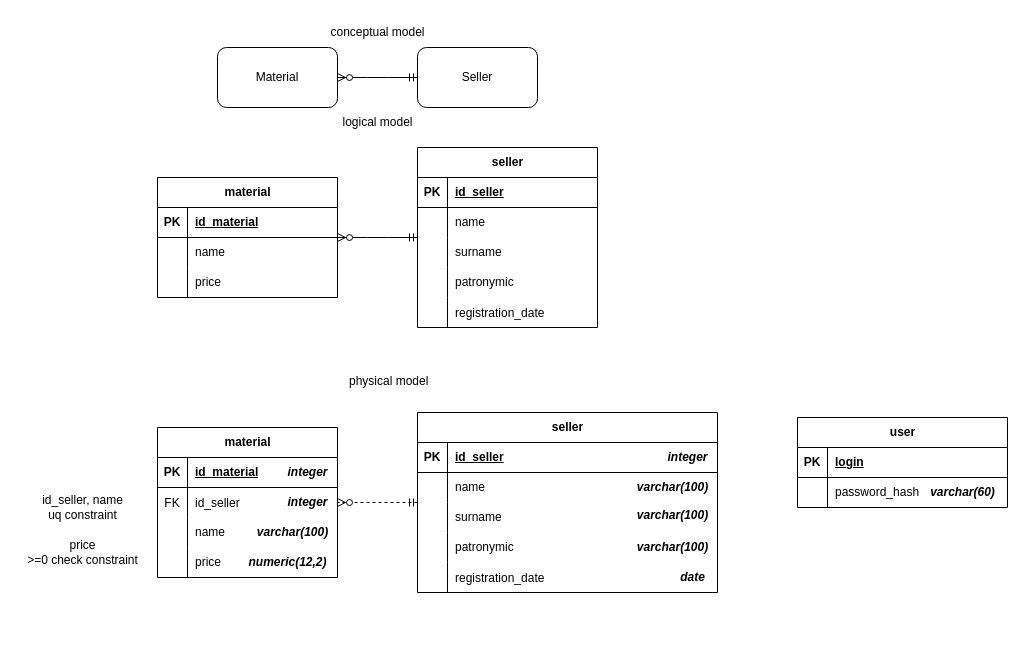
Above: db models.drawio in kuznecovfedor/miactest (draw.io), before the change. Source tidied: cells renumbered, new cells numbered last; positions are measured from the earlier drawing's top-left corner, leaving out a move shared by most shapes. Both pictures are drawn from the tidied source at 100%, with x=0, y=0 at pixel (17, 17).
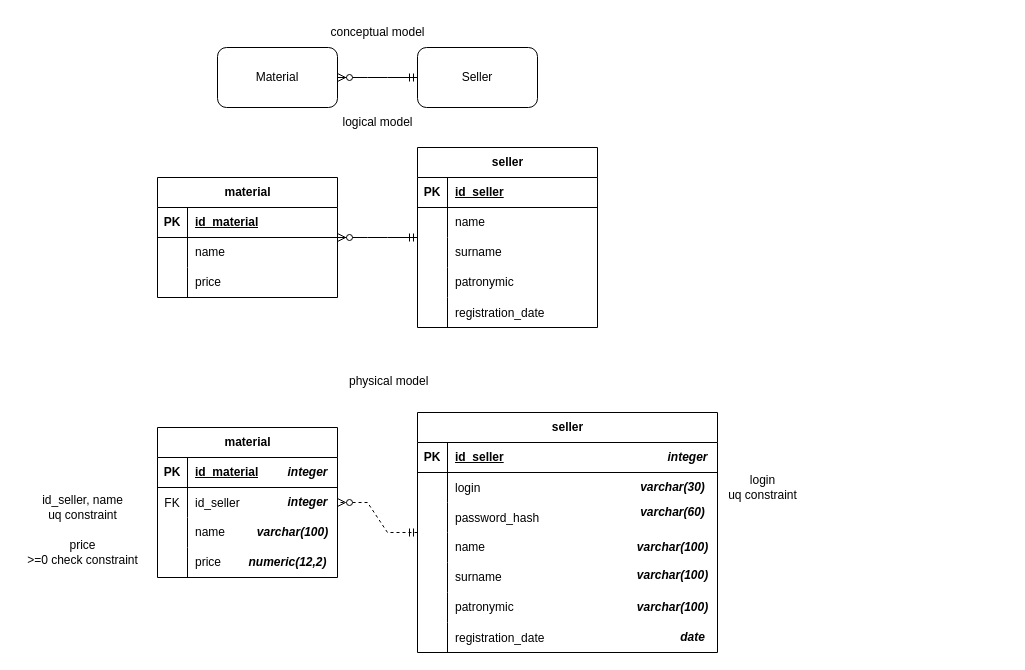
After the change.

Commit message:
remove user entity

Diff of the diagram source:
```diff
@@
     <mxCell id="48" value="seller" style="shape=table;startSize=30;childLayout=tableLayout;rowLines=0;fontStyle=1;align=center;html=1;" parent="1" vertex="1">
-      <mxGeometry x="400" y="395" width="300" height="180" as="geometry" />
+      <mxGeometry x="400" y="395" width="300" height="240" as="geometry" />
     </mxCell>
@@
+    <mxCell id="84" style="shape=tableRow;horizontal=0;startSize=0;swimlaneHead=0;swimlaneBody=0;fillColor=none;top=0;left=0;right=0;bottom=0;" parent="48" vertex="1">
+      <mxGeometry y="60" width="300" height="30" as="geometry" />
+    </mxCell>
+    <mxCell id="85" style="shape=partialRectangle;fillColor=none;top=0;left=0;bottom=0;right=0;overflow=hidden;" parent="84" vertex="1">
+      <mxGeometry width="30" height="30" as="geometry" />
+    </mxCell>
+    <mxCell id="79" value="login" style="shape=partialRectangle;fillColor=none;top=0;left=0;bottom=0;right=0;align=left;spacingLeft=6;overflow=hidden;" parent="84" vertex="1">
+      <mxGeometry x="30" width="270" height="30" as="geometry" />
+    </mxCell>
+    <mxCell id="86" style="shape=tableRow;horizontal=0;startSize=0;swimlaneHead=0;swimlaneBody=0;fillColor=none;top=0;left=0;right=0;bottom=0;" parent="48" vertex="1">
+      <mxGeometry y="90" width="300" height="30" as="geometry" />
+    </mxCell>
+    <mxCell id="87" style="shape=partialRectangle;fillColor=none;top=0;left=0;bottom=0;right=0;overflow=hidden;" parent="86" vertex="1">
+      <mxGeometry width="30" height="30" as="geometry" />
+    </mxCell>
+    <mxCell id="82" value="password_hash" style="shape=partialRectangle;fillColor=none;top=0;left=0;bottom=0;right=0;align=left;spacingLeft=6;overflow=hidden;" parent="86" vertex="1">
+      <mxGeometry x="30" width="270" height="30" as="geometry" />
+    </mxCell>
     <mxCell id="52" style="shape=tableRow;horizontal=0;startSize=0;swimlaneHead=0;swimlaneBody=0;fillColor=none;top=0;left=0;right=0;bottom=0;" parent="48" vertex="1">
-      <mxGeometry y="60" width="300" height="30" as="geometry" />
+      <mxGeometry y="120" width="300" height="30" as="geometry" />
     </mxCell>
@@
     <mxCell id="55" style="shape=tableRow;horizontal=0;startSize=0;swimlaneHead=0;swimlaneBody=0;fillColor=none;top=0;left=0;right=0;bottom=0;" parent="48" vertex="1">
-      <mxGeometry y="90" width="300" height="30" as="geometry" />
+      <mxGeometry y="150" width="300" height="30" as="geometry" />
     </mxCell>
@@
     <mxCell id="58" style="shape=tableRow;horizontal=0;startSize=0;swimlaneHead=0;swimlaneBody=0;fillColor=none;top=0;left=0;right=0;bottom=0;" parent="48" vertex="1">
-      <mxGeometry y="120" width="300" height="30" as="geometry" />
+      <mxGeometry y="180" width="300" height="30" as="geometry" />
     </mxCell>
@@
     <mxCell id="61" style="shape=tableRow;horizontal=0;startSize=0;swimlaneHead=0;swimlaneBody=0;fillColor=none;top=0;left=0;right=0;bottom=0;" parent="48" vertex="1">
-      <mxGeometry y="150" width="300" height="30" as="geometry" />
+      <mxGeometry y="210" width="300" height="30" as="geometry" />
     </mxCell>
@@
     <mxCell id="70" value="varchar(100)" style="text;html=1;align=center;verticalAlign=middle;strokeColor=none;fillColor=none;fontStyle=3;" parent="1" vertex="1">
-      <mxGeometry x="610" y="455" width="90" height="30" as="geometry" />
+      <mxGeometry x="610" y="515" width="90" height="30" as="geometry" />
     </mxCell>
     <mxCell id="71" value="varchar(100)" style="text;html=1;align=center;verticalAlign=middle;strokeColor=none;fillColor=none;fontStyle=3;" parent="1" vertex="1">
-      <mxGeometry x="610" y="483" width="90" height="30" as="geometry" />
+      <mxGeometry x="610" y="543" width="90" height="30" as="geometry" />
     </mxCell>
     <mxCell id="72" value="varchar(100)" style="text;html=1;align=center;verticalAlign=middle;strokeColor=none;fillColor=none;fontStyle=3;" parent="1" vertex="1">
-      <mxGeometry x="610" y="515" width="90" height="30" as="geometry" />
+      <mxGeometry x="610" y="575" width="90" height="30" as="geometry" />
     </mxCell>
     <mxCell id="73" value="&lt;i&gt;&lt;b&gt;date&lt;/b&gt;&lt;/i&gt;" style="text;html=1;align=center;verticalAlign=middle;strokeColor=none;fillColor=none;" parent="1" vertex="1">
-      <mxGeometry x="650" y="545" width="50" height="30" as="geometry" />
+      <mxGeometry x="650" y="605" width="50" height="30" as="geometry" />
     </mxCell>
@@
-    <mxCell id="76" value="user" style="shape=table;startSize=30;childLayout=tableLayout;rowLines=0;fontStyle=1;align=center;html=1;" parent="1" vertex="1">
-      <mxGeometry x="780" y="400" width="210" height="90" as="geometry" />
-    </mxCell>
-    <mxCell id="77" style="shape=tableRow;horizontal=0;startSize=0;swimlaneHead=0;swimlaneBody=0;fillColor=none;top=0;left=0;right=0;bottom=1;" parent="76" vertex="1">
-      <mxGeometry y="30" width="210" height="30" as="geometry" />
-    </mxCell>
-    <mxCell id="78" value="PK" style="shape=partialRectangle;fillColor=none;top=0;left=0;bottom=0;right=0;fontStyle=1;overflow=hidden;whiteSpace=wrap;html=1;" parent="77" vertex="1">
-      <mxGeometry width="30" height="30" as="geometry" />
-    </mxCell>
-    <mxCell id="79" value="login" style="shape=partialRectangle;fillColor=none;top=0;left=0;bottom=0;right=0;align=left;spacingLeft=6;fontStyle=5;overflow=hidden;whiteSpace=wrap;html=1;" parent="77" vertex="1">
-      <mxGeometry x="30" width="180" height="30" as="geometry" />
-    </mxCell>
-    <mxCell id="80" style="shape=tableRow;horizontal=0;startSize=0;swimlaneHead=0;swimlaneBody=0;fillColor=none;top=0;left=0;right=0;bottom=0;" parent="76" vertex="1">
-      <mxGeometry y="60" width="210" height="30" as="geometry" />
-    </mxCell>
-    <mxCell id="81" style="shape=partialRectangle;fillColor=none;top=0;left=0;bottom=0;right=0;overflow=hidden;whiteSpace=wrap;html=1;" parent="80" vertex="1">
-      <mxGeometry width="30" height="30" as="geometry" />
-    </mxCell>
-    <mxCell id="82" value="password_hash" style="shape=partialRectangle;fillColor=none;top=0;left=0;bottom=0;right=0;align=left;spacingLeft=6;overflow=hidden;whiteSpace=wrap;html=1;" parent="80" vertex="1">
-      <mxGeometry x="30" width="180" height="30" as="geometry" />
-    </mxCell>
     <mxCell id="83" value="varchar(60)" style="text;html=1;align=center;verticalAlign=middle;strokeColor=none;fillColor=none;fontStyle=3;" parent="1" vertex="1">
-      <mxGeometry x="900" y="460" width="90" height="30" as="geometry" />
+      <mxGeometry x="610" y="480" width="90" height="30" as="geometry" />
     </mxCell>
+    <mxCell id="88" value="varchar(30)" style="text;html=1;align=center;verticalAlign=middle;strokeColor=none;fillColor=none;fontSize=12;fontFamily=Helvetica;fontColor=default;fontStyle=3;" parent="1" vertex="1">
+      <mxGeometry x="610" y="455" width="90" height="30" as="geometry" />
+    </mxCell>
+    <mxCell id="89" value="login&lt;br&gt;uq constraint" style="text;html=1;align=center;verticalAlign=middle;strokeColor=none;fillColor=none;fontSize=12;fontFamily=Helvetica;fontColor=default;" parent="1" vertex="1">
+      <mxGeometry x="700" y="450" width="90" height="40" as="geometry" />
+    </mxCell>
```
